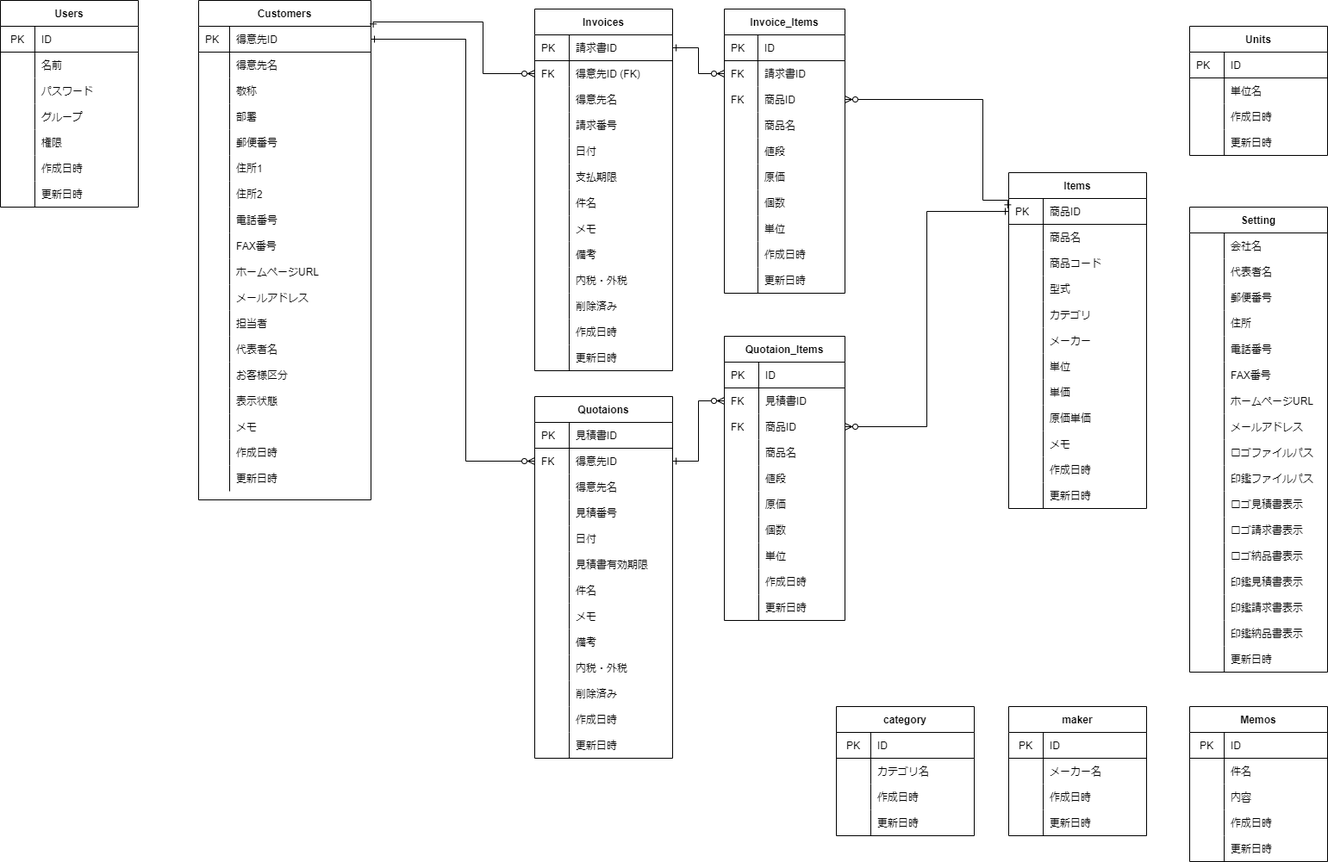
Above: soho_er.png in gamasenninn/caddie-clone (draw.io), before the change. Source tidied: cells renumbered, new cells last; positions are measured from the earlier drawing's top-left corner, leaving out a move shared by most shapes.
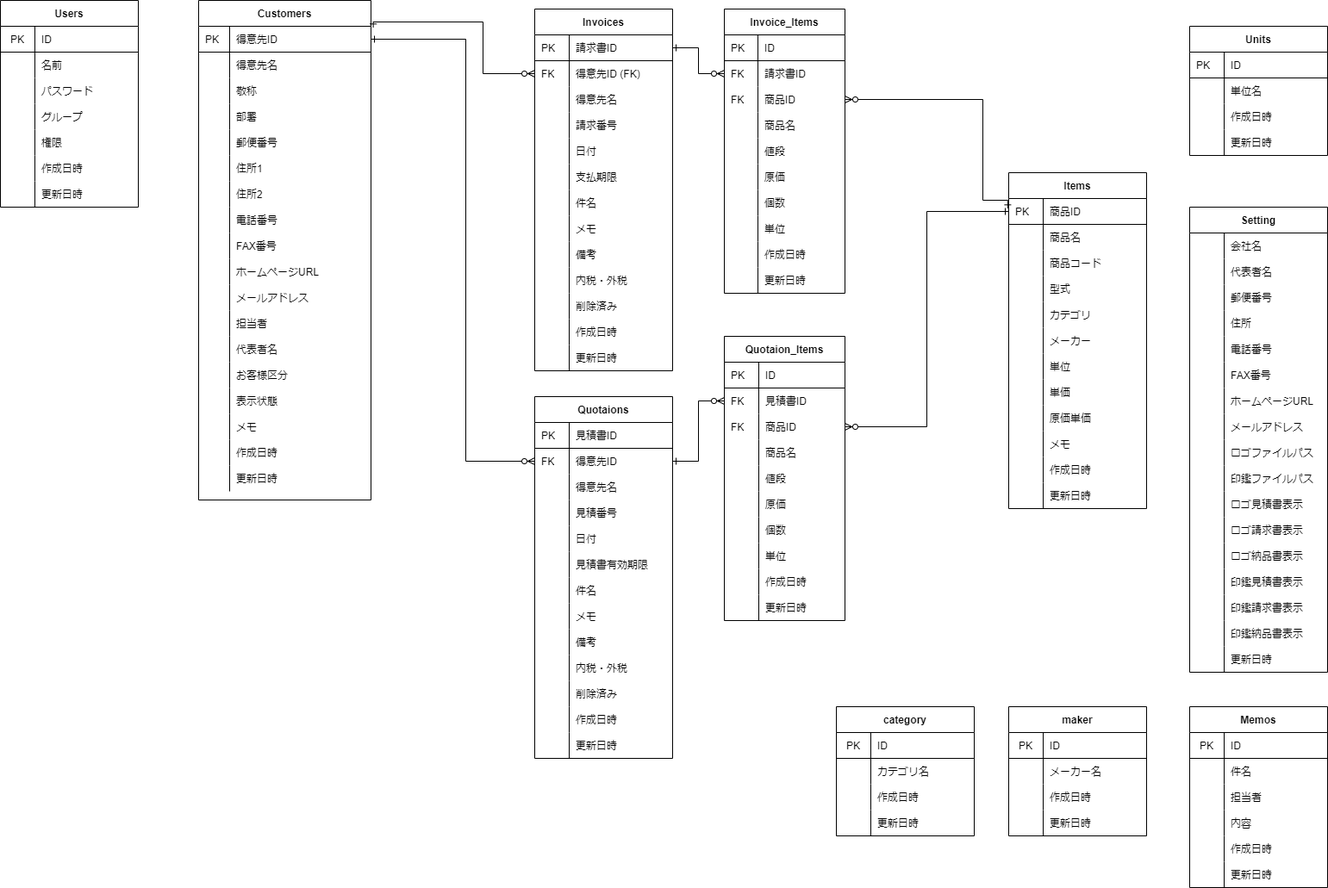
After the commit.

What changed in the source:
```diff
@@ -933,7 +933,7 @@
       <mxGeometry relative="1" as="geometry" />
     </mxCell>
     <mxCell id="307" value="Memos" style="shape=table;startSize=30;rowLines=0;fontStyle=1;align=center;" parent="1" vertex="1">
-      <mxGeometry x="1380" y="820" width="160" height="180" as="geometry" />
+      <mxGeometry x="1380" y="820" width="160" height="210" as="geometry" />
     </mxCell>
     <mxCell id="308" style="shape=partialRectangle;html=1;whiteSpace=wrap;fillColor=none;top=0;left=0;bottom=1;right=0;" parent="307" vertex="1">
       <mxGeometry y="30" width="160" height="30" as="geometry" />
@@ -959,11 +959,20 @@
     <mxCell id="315" style="shape=partialRectangle;html=1;whiteSpace=wrap;fillColor=none;top=0;left=0;bottom=0;right=0;overflow=hidden;" parent="314" vertex="1">
       <mxGeometry width="40" height="30" as="geometry" />
     </mxCell>
-    <mxCell id="316" value="内容" style="shape=partialRectangle;html=1;whiteSpace=wrap;fillColor=none;top=0;left=0;bottom=0;right=0;align=left;spacingLeft=6;overflow=hidden;" parent="314" vertex="1">
+    <mxCell id="316" value="担当者" style="shape=partialRectangle;html=1;whiteSpace=wrap;fillColor=none;top=0;left=0;bottom=0;right=0;align=left;spacingLeft=6;overflow=hidden;" parent="314" vertex="1">
       <mxGeometry x="40" width="120" height="30" as="geometry" />
     </mxCell>
+    <mxCell id="371" style="shape=partialRectangle;html=1;whiteSpace=wrap;fillColor=none;top=0;left=0;bottom=0;right=0;" parent="307" vertex="1">
+      <mxGeometry y="120" width="160" height="30" as="geometry" />
+    </mxCell>
+    <mxCell id="372" style="shape=partialRectangle;html=1;whiteSpace=wrap;fillColor=none;top=0;left=0;bottom=0;right=0;overflow=hidden;" parent="371" vertex="1">
+      <mxGeometry width="40" height="30" as="geometry" />
+    </mxCell>
+    <mxCell id="373" value="内容" style="shape=partialRectangle;html=1;whiteSpace=wrap;fillColor=none;top=0;left=0;bottom=0;right=0;align=left;spacingLeft=6;overflow=hidden;" parent="371" vertex="1">
+      <mxGeometry x="40" width="120" height="30" as="geometry" />
+    </mxCell>
     <mxCell id="317" style="shape=partialRectangle;html=1;whiteSpace=wrap;fillColor=none;top=0;left=0;bottom=0;right=0;" parent="307" vertex="1">
-      <mxGeometry y="120" width="160" height="30" as="geometry" />
+      <mxGeometry y="150" width="160" height="30" as="geometry" />
     </mxCell>
     <mxCell id="318" style="shape=partialRectangle;html=1;whiteSpace=wrap;fillColor=none;top=0;left=0;bottom=0;right=0;overflow=hidden;" parent="317" vertex="1">
       <mxGeometry width="40" height="30" as="geometry" />
@@ -972,7 +981,7 @@
       <mxGeometry x="40" width="120" height="30" as="geometry" />
     </mxCell>
     <mxCell id="320" style="shape=partialRectangle;html=1;whiteSpace=wrap;fillColor=none;top=0;left=0;bottom=0;right=0;" parent="307" vertex="1">
-      <mxGeometry y="150" width="160" height="30" as="geometry" />
+      <mxGeometry y="180" width="160" height="30" as="geometry" />
     </mxCell>
     <mxCell id="321" style="shape=partialRectangle;html=1;whiteSpace=wrap;fillColor=none;top=0;left=0;bottom=0;right=0;overflow=hidden;" parent="320" vertex="1">
       <mxGeometry width="40" height="30" as="geometry" />
```
